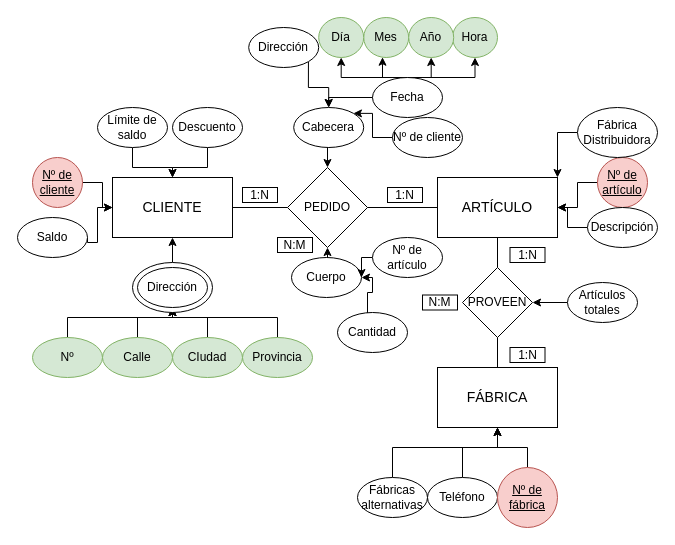
IsaiasTolP/Base-Datos keeps this draw.io diagram as Unidad-2/Tareas/Tarea 3/images/Tarea 3.drawio. Above is the earlier version. Source tidied: cells renumbered, new cells numbered last; positions are measured from the earlier drawing's top-left corner, leaving out a move shared by most shapes. Both pictures are drawn from the tidied source at 100%, with x=0, y=0 at pixel (17, 17).
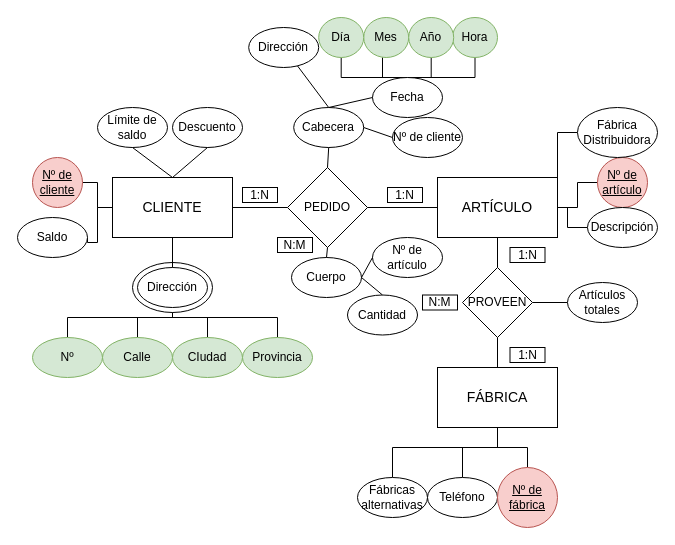
The same page after the edit.

Commit message:
Actualizar-Tarea 3-Terminado-sin-flechas.drawio

The change refers to these unchanged cells:
```xml
<mxCell id="2" value="CLIENTE" style="rounded=0;whiteSpace=wrap;html=1;fontSize=14;" parent="1" vertex="1">
<mxCell id="3" value="ARTÍCULO" style="rounded=0;whiteSpace=wrap;html=1;fontSize=14;" parent="1" vertex="1">
<mxCell id="5" value="Teléfono" style="ellipse;whiteSpace=wrap;html=1;" parent="1" vertex="1">
<mxCell id="7" value="Artículos totales" style="ellipse;whiteSpace=wrap;html=1;" parent="1" vertex="1">
<mxCell id="9" value="Límite de saldo" style="ellipse;whiteSpace=wrap;html=1;" parent="1" vertex="1">
<mxCell id="11" value="Provincia" style="ellipse;whiteSpace=wrap;html=1;fillColor=#d5e8d4;strokeColor=#82b366;" parent="1" vertex="1">
<mxCell id="13" value="CIudad" style="ellipse;whiteSpace=wrap;html=1;fillColor=#d5e8d4;strokeColor=#82b366;" parent="1" vertex="1">
<mxCell id="15" value="Calle" style="ellipse;whiteSpace=wrap;html=1;fillColor=#d5e8d4;strokeColor=#82b366;" parent="1" vertex="1">
<mxCell id="17" value="Nº" style="ellipse;whiteSpace=wrap;html=1;fillColor=#d5e8d4;strokeColor=#82b366;" parent="1" vertex="1">
<mxCell id="19" style="ellipse;whiteSpace=wrap;html=1;" parent="1" vertex="1">
<mxCell id="20" value="Dirección" style="ellipse;whiteSpace=wrap;html=1;" parent="1" vertex="1">
<mxCell id="21" value="FÁBRICA" style="rounded=0;whiteSpace=wrap;html=1;fontSize=14;" parent="1" vertex="1">
<mxCell id="23" value="Nº de cliente" style="ellipse;whiteSpace=wrap;html=1;fillColor=#f8cecc;strokeColor=#b85450;fontStyle=4;" parent="1" vertex="1">
<mxCell id="25" value="Nº de fábrica" style="ellipse;whiteSpace=wrap;html=1;fillColor=#f8cecc;strokeColor=#b85450;fontStyle=4;" parent="1" vertex="1">
<mxCell id="26" value="PEDIDO" style="rhombus;whiteSpace=wrap;html=1;" parent="1" vertex="1">
<mxCell id="27" value="PROVEEN" style="rhombus;whiteSpace=wrap;html=1;" parent="1" vertex="1">
<mxCell id="33" value="Nº de artículo" style="ellipse;whiteSpace=wrap;html=1;fillColor=#f8cecc;strokeColor=#b85450;fontStyle=4;" parent="1" vertex="1">
<mxCell id="38" value="Fecha" style="ellipse;whiteSpace=wrap;html=1;" parent="1" vertex="1">
<mxCell id="40" value="Descuento" style="ellipse;whiteSpace=wrap;html=1;" parent="1" vertex="1">
<mxCell id="42" value="&lt;div&gt;Saldo&lt;/div&gt;" style="ellipse;whiteSpace=wrap;html=1;fontSize=12;" parent="1" vertex="1">
<mxCell id="44" value="Descripción" style="ellipse;whiteSpace=wrap;html=1;" parent="1" vertex="1">
<mxCell id="46" value="Cuerpo" style="ellipse;whiteSpace=wrap;html=1;" parent="1" vertex="1">
<mxCell id="48" value="Fábricas alternativas" style="ellipse;whiteSpace=wrap;html=1;" parent="1" vertex="1">
<mxCell id="50" value="Fábrica Distribuidora" style="ellipse;whiteSpace=wrap;html=1;" parent="1" vertex="1">
<mxCell id="51" value="Hora" style="ellipse;whiteSpace=wrap;html=1;fillColor=#d5e8d4;strokeColor=#82b366;" parent="1" vertex="1">
<mxCell id="52" value="Mes" style="ellipse;whiteSpace=wrap;html=1;fillColor=#d5e8d4;strokeColor=#82b366;" parent="1" vertex="1">
<mxCell id="53" value="Día" style="ellipse;whiteSpace=wrap;html=1;fillColor=#d5e8d4;strokeColor=#82b366;" parent="1" vertex="1">
<mxCell id="54" value="Año" style="ellipse;whiteSpace=wrap;html=1;fillColor=#d5e8d4;strokeColor=#82b366;" parent="1" vertex="1">
<mxCell id="57" value="Cabecera" style="ellipse;whiteSpace=wrap;html=1;" parent="1" vertex="1">
<mxCell id="59" value="Nº de cliente" style="ellipse;whiteSpace=wrap;html=1;" parent="1" vertex="1">
<mxCell id="61" value="Dirección" style="ellipse;whiteSpace=wrap;html=1;" parent="1" vertex="1">
<mxCell id="63" value="Nº de artículo" style="ellipse;whiteSpace=wrap;html=1;" parent="1" vertex="1">
```

What changed in the source:
```diff
@@
-    <mxCell id="4" style="edgeStyle=orthogonalEdgeStyle;rounded=0;jettySize=auto;html=1;" parent="1" edge="1" source="5" target="21">
+    <mxCell id="4" style="edgeStyle=orthogonalEdgeStyle;rounded=0;jettySize=auto;html=1;endArrow=none;endFill=0;" parent="1" edge="1" source="5" target="21">
       <mxGeometry relative="1" as="geometry">
         <Array as="points">
           <mxPoint x="445" y="430" />
           <mxPoint x="480" y="430" />
         </Array>
       </mxGeometry>
     </mxCell>
@@
-    <mxCell id="6" style="edgeStyle=orthogonalEdgeStyle;rounded=0;jettySize=auto;html=1;exitX=0;exitY=0.5;exitDx=0;exitDy=0;entryX=1;entryY=0.5;entryDx=0;entryDy=0;" parent="1" edge="1" source="7" target="27">
+    <mxCell id="6" style="edgeStyle=orthogonalEdgeStyle;rounded=0;jettySize=auto;html=1;exitX=0;exitY=0.5;exitDx=0;exitDy=0;entryX=1;entryY=0.5;entryDx=0;entryDy=0;endArrow=none;endFill=0;" parent="1" edge="1" source="7" target="27">
       <mxGeometry relative="1" as="geometry" />
     </mxCell>
@@
-    <mxCell id="8" style="edgeStyle=orthogonalEdgeStyle;rounded=0;jettySize=auto;html=1;" parent="1" edge="1" source="9" target="2">
-      <mxGeometry relative="1" as="geometry" />
-    </mxCell>
@@
-    <mxCell id="10" style="edgeStyle=orthogonalEdgeStyle;rounded=0;jettySize=auto;html=1;entryX=0.5;entryY=1;entryDx=0;entryDy=0;" parent="1" edge="1" source="11" target="20">
+    <mxCell id="10" style="edgeStyle=orthogonalEdgeStyle;rounded=0;jettySize=auto;html=1;entryX=0.5;entryY=1;entryDx=0;entryDy=0;endArrow=none;endFill=0;" parent="1" edge="1" source="11" target="20">
       <mxGeometry relative="1" as="geometry">
         <Array as="points">
           <mxPoint x="260" y="300" />
           <mxPoint x="155" y="300" />
         </Array>
       </mxGeometry>
     </mxCell>
@@
-    <mxCell id="12" style="edgeStyle=orthogonalEdgeStyle;rounded=0;jettySize=auto;html=1;exitX=0.5;exitY=0;exitDx=0;exitDy=0;" parent="1" edge="1" source="13" target="20">
+    <mxCell id="12" style="edgeStyle=orthogonalEdgeStyle;rounded=0;jettySize=auto;html=1;exitX=0.5;exitY=0;exitDx=0;exitDy=0;endArrow=none;endFill=0;" parent="1" edge="1" source="13" target="20">
       <mxGeometry relative="1" as="geometry" />
     </mxCell>
@@
-    <mxCell id="14" style="edgeStyle=orthogonalEdgeStyle;rounded=0;jettySize=auto;html=1;exitX=0.5;exitY=0;exitDx=0;exitDy=0;entryX=0.5;entryY=1;entryDx=0;entryDy=0;" parent="1" edge="1" source="15" target="20">
+    <mxCell id="14" style="edgeStyle=orthogonalEdgeStyle;rounded=0;jettySize=auto;html=1;exitX=0.5;exitY=0;exitDx=0;exitDy=0;entryX=0.5;entryY=1;entryDx=0;entryDy=0;endArrow=none;endFill=0;" parent="1" edge="1" source="15" target="20">
       <mxGeometry relative="1" as="geometry" />
     </mxCell>
@@
-    <mxCell id="16" style="edgeStyle=orthogonalEdgeStyle;rounded=0;jettySize=auto;html=1;exitX=0.5;exitY=0;exitDx=0;exitDy=0;entryX=0.5;entryY=1;entryDx=0;entryDy=0;" parent="1" edge="1" source="17" target="20">
+    <mxCell id="16" style="edgeStyle=orthogonalEdgeStyle;rounded=0;jettySize=auto;html=1;exitX=0.5;exitY=0;exitDx=0;exitDy=0;entryX=0.5;entryY=1;entryDx=0;entryDy=0;endArrow=none;endFill=0;" parent="1" edge="1" source="17" target="20">
       <mxGeometry relative="1" as="geometry">
         <Array as="points">
           <mxPoint x="50" y="300" />
           <mxPoint x="155" y="300" />
         </Array>
       </mxGeometry>
     </mxCell>
@@
-    <mxCell id="18" style="edgeStyle=orthogonalEdgeStyle;rounded=0;jettySize=auto;html=1;exitX=0.5;exitY=0;exitDx=0;exitDy=0;entryX=0.5;entryY=1;entryDx=0;entryDy=0;" parent="1" edge="1" source="19" target="2">
-      <mxGeometry relative="1" as="geometry" />
-    </mxCell>
@@
-    <mxCell id="22" style="edgeStyle=orthogonalEdgeStyle;rounded=0;jettySize=auto;html=1;" parent="1" edge="1" source="23" target="2">
-      <mxGeometry relative="1" as="geometry" />
+    <mxCell id="22" style="edgeStyle=orthogonalEdgeStyle;rounded=0;jettySize=auto;html=1;endArrow=none;endFill=0;" parent="1" edge="1" source="23" target="2">
+      <mxGeometry relative="1" as="geometry">
+        <Array as="points">
+          <mxPoint x="80" y="165" />
+          <mxPoint x="80" y="190" />
+        </Array>
+      </mxGeometry>
     </mxCell>
@@
-    <mxCell id="24" style="edgeStyle=orthogonalEdgeStyle;rounded=0;jettySize=auto;html=1;" parent="1" edge="1" source="25" target="21">
+    <mxCell id="24" style="edgeStyle=orthogonalEdgeStyle;rounded=0;jettySize=auto;html=1;endArrow=none;endFill=0;" parent="1" edge="1" source="25" target="21">
       <mxGeometry relative="1" as="geometry">
         <Array as="points">
           <mxPoint x="510" y="430" />
           <mxPoint x="480" y="430" />
         </Array>
       </mxGeometry>
     </mxCell>
@@
-    <mxCell id="32" style="edgeStyle=orthogonalEdgeStyle;rounded=0;jettySize=auto;html=1;" parent="1" edge="1" source="33" target="3">
+    <mxCell id="32" style="edgeStyle=orthogonalEdgeStyle;rounded=0;jettySize=auto;html=1;endArrow=none;endFill=0;" parent="1" edge="1" source="33" target="3">
       <mxGeometry relative="1" as="geometry" />
     </mxCell>
@@
-    <mxCell id="34" style="edgeStyle=orthogonalEdgeStyle;rounded=0;jettySize=auto;html=1;exitX=0.5;exitY=0;exitDx=0;exitDy=0;" parent="1" edge="1" source="38" target="52">
+    <mxCell id="34" style="edgeStyle=orthogonalEdgeStyle;rounded=0;jettySize=auto;html=1;exitX=0.5;exitY=0;exitDx=0;exitDy=0;endArrow=none;endFill=0;" parent="1" edge="1" source="38" target="52">
       <mxGeometry relative="1" as="geometry">
         <Array as="points">
           <mxPoint x="365" y="60" />
         </Array>
       </mxGeometry>
     </mxCell>
-    <mxCell id="35" style="edgeStyle=orthogonalEdgeStyle;rounded=0;jettySize=auto;html=1;exitX=0.5;exitY=0;exitDx=0;exitDy=0;entryX=0.5;entryY=1;entryDx=0;entryDy=0;" parent="1" edge="1" source="38" target="54">
+    <mxCell id="35" style="edgeStyle=orthogonalEdgeStyle;rounded=0;jettySize=auto;html=1;exitX=0.5;exitY=0;exitDx=0;exitDy=0;entryX=0.5;entryY=1;entryDx=0;entryDy=0;endArrow=none;endFill=0;" parent="1" edge="1" source="38" target="54">
       <mxGeometry relative="1" as="geometry" />
     </mxCell>
-    <mxCell id="36" style="edgeStyle=orthogonalEdgeStyle;rounded=0;jettySize=auto;html=1;exitX=0.5;exitY=0;exitDx=0;exitDy=0;entryX=0.5;entryY=1;entryDx=0;entryDy=0;" parent="1" edge="1" source="38" target="51">
+    <mxCell id="36" style="edgeStyle=orthogonalEdgeStyle;rounded=0;jettySize=auto;html=1;exitX=0.5;exitY=0;exitDx=0;exitDy=0;entryX=0.5;entryY=1;entryDx=0;entryDy=0;endArrow=none;endFill=0;" parent="1" edge="1" source="38" target="51">
       <mxGeometry relative="1" as="geometry">
         <Array as="points">
           <mxPoint x="458" y="60" />
         </Array>
       </mxGeometry>
     </mxCell>
-    <mxCell id="37" style="edgeStyle=orthogonalEdgeStyle;rounded=0;jettySize=auto;html=1;exitX=0.5;exitY=0;exitDx=0;exitDy=0;entryX=0.5;entryY=1;entryDx=0;entryDy=0;" parent="1" edge="1" source="38" target="53">
+    <mxCell id="37" style="edgeStyle=orthogonalEdgeStyle;rounded=0;jettySize=auto;html=1;exitX=0.5;exitY=0;exitDx=0;exitDy=0;entryX=0.5;entryY=1;entryDx=0;entryDy=0;endArrow=none;endFill=0;" parent="1" edge="1" source="38" target="53">
       <mxGeometry relative="1" as="geometry">
         <Array as="points">
           <mxPoint x="324" y="60" />
         </Array>
       </mxGeometry>
     </mxCell>
@@
-    <mxCell id="39" style="edgeStyle=orthogonalEdgeStyle;rounded=0;jettySize=auto;html=1;exitX=0.5;exitY=1;exitDx=0;exitDy=0;entryX=0.5;entryY=0;entryDx=0;entryDy=0;" parent="1" edge="1" source="40" target="2">
-      <mxGeometry relative="1" as="geometry" />
-    </mxCell>
@@
-    <mxCell id="41" style="edgeStyle=orthogonalEdgeStyle;rounded=0;jettySize=auto;html=1;exitX=1;exitY=0.5;exitDx=0;exitDy=0;entryX=0;entryY=0.5;entryDx=0;entryDy=0;" parent="1" edge="1" source="42" target="2">
+    <mxCell id="41" style="edgeStyle=orthogonalEdgeStyle;rounded=0;jettySize=auto;html=1;exitX=1;exitY=0.5;exitDx=0;exitDy=0;entryX=0;entryY=0.5;entryDx=0;entryDy=0;endArrow=none;endFill=0;" parent="1" edge="1" source="42" target="2">
       <mxGeometry relative="1" as="geometry">
         <Array as="points">
+          <mxPoint x="70" y="225" />
           <mxPoint x="80" y="225" />
           <mxPoint x="80" y="190" />
         </Array>
       </mxGeometry>
     </mxCell>
@@
-    <mxCell id="43" style="edgeStyle=orthogonalEdgeStyle;rounded=0;jettySize=auto;html=1;" parent="1" edge="1" source="44" target="3">
+    <mxCell id="43" style="edgeStyle=orthogonalEdgeStyle;rounded=0;jettySize=auto;html=1;endArrow=none;endFill=0;" parent="1" edge="1" source="44" target="3">
       <mxGeometry relative="1" as="geometry" />
     </mxCell>
@@
-    <mxCell id="45" style="edgeStyle=orthogonalEdgeStyle;rounded=0;jettySize=auto;html=1;exitX=0.5;exitY=0;exitDx=0;exitDy=0;entryX=0.5;entryY=1;entryDx=0;entryDy=0;" parent="1" edge="1" source="46" target="26">
-      <mxGeometry relative="1" as="geometry" />
-    </mxCell>
@@
-    <mxCell id="47" style="edgeStyle=orthogonalEdgeStyle;rounded=0;jettySize=auto;html=1;exitX=0.5;exitY=0;exitDx=0;exitDy=0;entryX=0.5;entryY=1;entryDx=0;entryDy=0;" parent="1" edge="1" source="48" target="21">
+    <mxCell id="47" style="edgeStyle=orthogonalEdgeStyle;rounded=0;jettySize=auto;html=1;exitX=0.5;exitY=0;exitDx=0;exitDy=0;entryX=0.5;entryY=1;entryDx=0;entryDy=0;endArrow=none;endFill=0;" parent="1" edge="1" source="48" target="21">
       <mxGeometry relative="1" as="geometry">
         <Array as="points">
           <mxPoint x="375" y="430" />
           <mxPoint x="480" y="430" />
         </Array>
       </mxGeometry>
     </mxCell>
@@
-    <mxCell id="49" style="edgeStyle=orthogonalEdgeStyle;rounded=0;jettySize=auto;html=1;entryX=1;entryY=0;entryDx=0;entryDy=0;" parent="1" edge="1" source="50" target="3">
+    <mxCell id="49" style="edgeStyle=orthogonalEdgeStyle;rounded=0;jettySize=auto;html=1;entryX=1;entryY=0;entryDx=0;entryDy=0;endArrow=none;endFill=0;" parent="1" edge="1" source="50" target="3">
       <mxGeometry relative="1" as="geometry" />
     </mxCell>
@@
-    <mxCell id="55" style="edgeStyle=orthogonalEdgeStyle;rounded=0;jettySize=auto;html=1;exitX=0;exitY=0.5;exitDx=0;exitDy=0;entryX=0.5;entryY=0;entryDx=0;entryDy=0;" parent="1" edge="1" source="38" target="57">
-      <mxGeometry relative="1" as="geometry">
-        <Array as="points">
-          <mxPoint x="311" y="80" />
-        </Array>
-      </mxGeometry>
-    </mxCell>
-    <mxCell id="56" style="edgeStyle=orthogonalEdgeStyle;rounded=0;jettySize=auto;html=1;exitX=0.5;exitY=1;exitDx=0;exitDy=0;entryX=0.5;entryY=0;entryDx=0;entryDy=0;" parent="1" edge="1" source="57" target="26">
-      <mxGeometry relative="1" as="geometry" />
-    </mxCell>
@@
-    <mxCell id="58" style="edgeStyle=orthogonalEdgeStyle;rounded=0;jettySize=auto;html=1;exitX=0;exitY=0.5;exitDx=0;exitDy=0;entryX=1;entryY=0;entryDx=0;entryDy=0;" parent="1" edge="1" source="59" target="57">
-      <mxGeometry relative="1" as="geometry" />
-    </mxCell>
@@
-    <mxCell id="60" style="edgeStyle=orthogonalEdgeStyle;rounded=0;jettySize=auto;html=1;exitX=1;exitY=1;exitDx=0;exitDy=0;entryX=0.5;entryY=0;entryDx=0;entryDy=0;" parent="1" edge="1" source="61" target="57">
-      <mxGeometry relative="1" as="geometry" />
-    </mxCell>
@@
-    <mxCell id="62" style="edgeStyle=orthogonalEdgeStyle;rounded=0;jettySize=auto;html=1;exitX=0;exitY=0.5;exitDx=0;exitDy=0;entryX=1;entryY=0.5;entryDx=0;entryDy=0;" parent="1" edge="1" source="63" target="46">
-      <mxGeometry relative="1" as="geometry" />
-    </mxCell>
@@
-    <mxCell id="64" style="edgeStyle=orthogonalEdgeStyle;rounded=0;jettySize=auto;html=1;exitX=0;exitY=0.5;exitDx=0;exitDy=0;entryX=1;entryY=0.5;entryDx=0;entryDy=0;" parent="1" edge="1" source="65" target="46">
-      <mxGeometry relative="1" as="geometry">
-        <Array as="points">
-          <mxPoint x="350" y="315" />
-          <mxPoint x="350" y="275" />
-          <mxPoint x="355" y="275" />
-          <mxPoint x="355" y="260" />
-        </Array>
-      </mxGeometry>
-    </mxCell>
     <mxCell id="65" value="Cantidad" style="ellipse;whiteSpace=wrap;html=1;" parent="1" vertex="1">
-      <mxGeometry x="320" y="295" width="70" height="40" as="geometry" />
+      <mxGeometry x="330" y="277.5" width="70" height="40" as="geometry" />
     </mxCell>
@@
+    <mxCell id="72" style="endArrow=none;html=1;rounded=0;entryX=0.5;entryY=1;entryDx=0;entryDy=0;exitX=0.5;exitY=0;exitDx=0;exitDy=0;" parent="1" edge="1" source="20" target="2">
+      <mxGeometry relative="1" as="geometry" />
+    </mxCell>
+    <mxCell id="73" style="endArrow=none;html=1;rounded=0;entryX=0.5;entryY=0;entryDx=0;entryDy=0;exitX=1;exitY=0.5;exitDx=0;exitDy=0;" parent="1" edge="1" source="46" target="65">
+      <mxGeometry relative="1" as="geometry" />
+    </mxCell>
+    <mxCell id="74" style="endArrow=none;html=1;rounded=0;entryX=0;entryY=0.5;entryDx=0;entryDy=0;exitX=1;exitY=0.5;exitDx=0;exitDy=0;" parent="1" edge="1" source="46" target="63">
+      <mxGeometry relative="1" as="geometry" />
+    </mxCell>
+    <mxCell id="45" style="endArrow=none;html=1;rounded=0;entryX=0.5;entryY=1;entryDx=0;entryDy=0;exitX=0.5;exitY=0;exitDx=0;exitDy=0;" parent="1" edge="1" source="46" target="26">
+      <mxGeometry relative="1" as="geometry" />
+    </mxCell>
+    <mxCell id="75" style="endArrow=none;html=1;rounded=0;entryX=0.5;entryY=1;entryDx=0;entryDy=0;exitX=0.5;exitY=0;exitDx=0;exitDy=0;" parent="1" edge="1" source="26" target="57">
+      <mxGeometry relative="1" as="geometry" />
+    </mxCell>
+    <mxCell id="76" style="endArrow=none;html=1;rounded=0;entryX=0;entryY=0.5;entryDx=0;entryDy=0;exitX=1;exitY=0.5;exitDx=0;exitDy=0;" parent="1" edge="1" source="57" target="59">
+      <mxGeometry relative="1" as="geometry" />
+    </mxCell>
+    <mxCell id="77" style="endArrow=none;html=1;rounded=0;entryX=0;entryY=0.5;entryDx=0;entryDy=0;exitX=0.5;exitY=0;exitDx=0;exitDy=0;" parent="1" edge="1" source="57" target="38">
+      <mxGeometry relative="1" as="geometry" />
+    </mxCell>
+    <mxCell id="78" style="endArrow=none;html=1;rounded=0;exitX=0.5;exitY=0;exitDx=0;exitDy=0;" parent="1" edge="1" source="57" target="61">
+      <mxGeometry relative="1" as="geometry" />
+    </mxCell>
+    <mxCell id="79" style="endArrow=none;html=1;rounded=0;entryX=0.5;entryY=1;entryDx=0;entryDy=0;exitX=0.5;exitY=0;exitDx=0;exitDy=0;" parent="1" edge="1" source="2" target="40">
+      <mxGeometry relative="1" as="geometry" />
+    </mxCell>
+    <mxCell id="80" style="endArrow=none;html=1;rounded=0;entryX=0.5;entryY=1;entryDx=0;entryDy=0;exitX=0.5;exitY=0;exitDx=0;exitDy=0;" parent="1" edge="1" source="2" target="9">
+      <mxGeometry relative="1" as="geometry" />
+    </mxCell>
```
